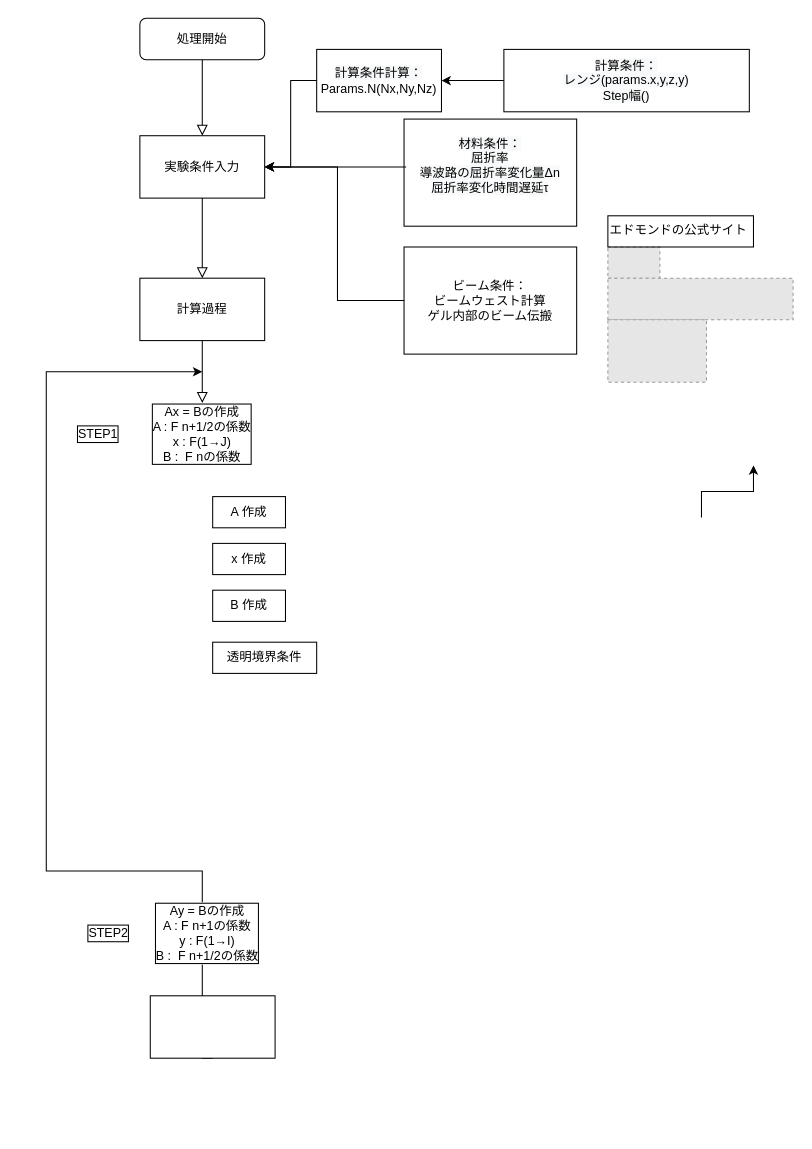
Before: 3D_FD_ADI_BPM.drawio in ktoyoda/3D_BeamPropagateMethod, a draw.io diagram. Source tidied: cells renumbered, new cells numbered last; positions are measured from the earlier drawing's top-left corner, leaving out a move shared by most shapes. Both pictures are drawn from the tidied source at 104%, with x=0, y=0 at pixel (46, 18). Pictures stored in the file or linked from it are replaced by grey dashed boxes.
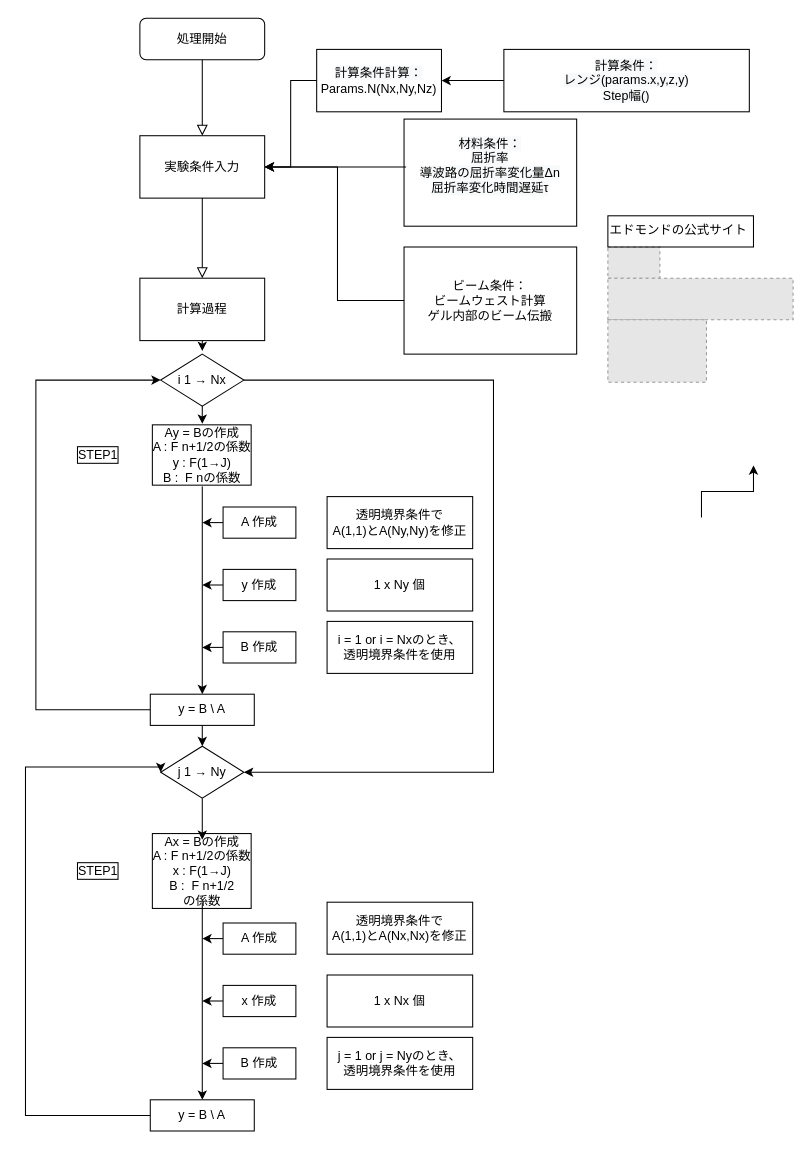
The same diagram, later.

Unchanged cells that the change refers to:
```xml
<mxCell id="14" value="計算過程" style="rounded=0;whiteSpace=wrap;html=1;" parent="1" vertex="1">
  <mxGeometry x="90" y="250" width="120" height="60" as="geometry" />
</mxCell>
```

Change to the diagram source:
```diff
@@
+    <mxCell id="31" style="edgeStyle=orthogonalEdgeStyle;rounded=0;jettySize=auto;html=1;exitX=0.5;exitY=1;exitDx=0;exitDy=0;" parent="1" edge="1" source="14">
+      <mxGeometry relative="1" as="geometry">
+        <mxPoint x="150" y="320" as="targetPoint" />
+      </mxGeometry>
+    </mxCell>
@@
-    <mxCell id="19" style="rounded=0;html=1;jettySize=auto;fontSize=11;endArrow=block;endFill=0;endSize=8;strokeWidth=1;shadow=0;labelBackgroundColor=none;edgeStyle=orthogonalEdgeStyle;exitX=0.5;exitY=1;exitDx=0;exitDy=0;" parent="1" edge="1" source="14">
-      <mxGeometry relative="1" as="geometry">
-        <mxPoint x="150" y="370" as="targetPoint" />
-      </mxGeometry>
-    </mxCell>
+    <mxCell id="32" style="edgeStyle=orthogonalEdgeStyle;rounded=0;jettySize=auto;html=1;exitX=0.5;exitY=1;exitDx=0;exitDy=0;" parent="1" edge="1" source="20" target="39">
+      <mxGeometry relative="1" as="geometry" />
+    </mxCell>
-    <mxCell id="20" value="Ax = Bの作成&lt;br&gt;A : F n+1/2の係数&lt;br&gt;x : F(1→J)&lt;br&gt;B :&amp;nbsp; F nの係数" style="rounded=0;whiteSpace=wrap;html=1;labelBorderColor=#000000;strokeColor=none;" parent="1" vertex="1">
-      <mxGeometry x="100" y="370" width="100" height="60" as="geometry" />
+    <mxCell id="20" value="Ay = Bの作成&lt;br&gt;A : F n+1/2の係数&lt;br&gt;y : F(1→J)&lt;br&gt;B :&amp;nbsp; F nの係数" style="rounded=0;whiteSpace=wrap;html=1;labelBorderColor=#000000;strokeColor=none;" parent="1" vertex="1">
+      <mxGeometry x="100" y="390" width="100" height="60" as="geometry" />
     </mxCell>
     <mxCell id="21" value="STEP1" style="text;html=1;strokeColor=none;fillColor=none;align=center;verticalAlign=middle;whiteSpace=wrap;rounded=0;labelBorderColor=#000000;" parent="1" vertex="1">
-      <mxGeometry x="20" y="385" width="60" height="30" as="geometry" />
+      <mxGeometry x="20" y="405" width="60" height="30" as="geometry" />
     </mxCell>
+    <mxCell id="33" style="edgeStyle=orthogonalEdgeStyle;rounded=0;jettySize=auto;html=1;exitX=0;exitY=0.5;exitDx=0;exitDy=0;" parent="1" edge="1" source="22">
+      <mxGeometry relative="1" as="geometry">
+        <mxPoint x="150" y="484.9" as="targetPoint" />
+      </mxGeometry>
+    </mxCell>
     <mxCell id="22" value="A 作成" style="rounded=0;whiteSpace=wrap;html=1;labelBorderColor=none;strokeColor=default;fillColor=default;" parent="1" vertex="1">
-      <mxGeometry x="160" y="460" width="70" height="30" as="geometry" />
+      <mxGeometry x="170" y="470" width="70" height="30" as="geometry" />
     </mxCell>
-    <mxCell id="23" style="edgeStyle=orthogonalEdgeStyle;rounded=0;jettySize=auto;html=1;exitX=0.5;exitY=1;exitDx=0;exitDy=0;" parent="1" edge="1" source="24">
-      <mxGeometry relative="1" as="geometry">
-        <mxPoint x="150" y="340" as="targetPoint" />
-        <Array as="points">
-          <mxPoint x="150" y="820" />
-          <mxPoint y="820" />
-          <mxPoint y="340" />
-        </Array>
-      </mxGeometry>
-    </mxCell>
-    <mxCell id="24" style="rounded=0;whiteSpace=wrap;html=1;labelBorderColor=#000000;strokeColor=default;" parent="1" vertex="1">
-      <mxGeometry x="100" y="940" width="120" height="60" as="geometry" />
-    </mxCell>
-    <mxCell id="25" value="STEP2" style="text;html=1;strokeColor=none;fillColor=none;align=center;verticalAlign=middle;whiteSpace=wrap;rounded=0;labelBorderColor=#000000;" parent="1" vertex="1">
-      <mxGeometry x="30" y="865" width="60" height="30" as="geometry" />
-    </mxCell>
@@
-    <mxCell id="27" value="Ay = Bの作成&lt;br&gt;A : F n+1の係数&lt;br&gt;y : F(1→I)&lt;br&gt;B :&amp;nbsp; F n+1/2の係数" style="rounded=0;whiteSpace=wrap;html=1;labelBorderColor=#000000;strokeColor=none;" parent="1" vertex="1">
-      <mxGeometry x="100" y="850" width="110" height="60" as="geometry" />
-    </mxCell>
+    <mxCell id="34" style="edgeStyle=orthogonalEdgeStyle;rounded=0;jettySize=auto;html=1;exitX=0;exitY=0.5;exitDx=0;exitDy=0;" parent="1" edge="1" source="28">
+      <mxGeometry relative="1" as="geometry">
+        <mxPoint x="150" y="544.9" as="targetPoint" />
+      </mxGeometry>
+    </mxCell>
-    <mxCell id="28" value="x 作成" style="rounded=0;whiteSpace=wrap;html=1;labelBorderColor=none;strokeColor=default;fillColor=default;" parent="1" vertex="1">
-      <mxGeometry x="160" y="505" width="70" height="30" as="geometry" />
+    <mxCell id="28" value="y 作成" style="rounded=0;whiteSpace=wrap;html=1;labelBorderColor=none;strokeColor=default;fillColor=default;" parent="1" vertex="1">
+      <mxGeometry x="170" y="530" width="70" height="30" as="geometry" />
     </mxCell>
+    <mxCell id="35" style="edgeStyle=orthogonalEdgeStyle;rounded=0;jettySize=auto;html=1;exitX=0;exitY=0.5;exitDx=0;exitDy=0;" parent="1" edge="1" source="29">
+      <mxGeometry relative="1" as="geometry">
+        <mxPoint x="150" y="604.9" as="targetPoint" />
+      </mxGeometry>
+    </mxCell>
     <mxCell id="29" value="B 作成" style="rounded=0;whiteSpace=wrap;html=1;labelBorderColor=none;strokeColor=default;fillColor=default;" parent="1" vertex="1">
-      <mxGeometry x="160" y="550" width="70" height="30" as="geometry" />
+      <mxGeometry x="170" y="590" width="70" height="30" as="geometry" />
     </mxCell>
-    <mxCell id="30" value="透明境界条件" style="rounded=0;whiteSpace=wrap;html=1;labelBorderColor=none;strokeColor=default;fillColor=default;" parent="1" vertex="1">
-      <mxGeometry x="160" y="600" width="100" height="30" as="geometry" />
+    <mxCell id="30" value="透明境界条件で&lt;br&gt;A(1,1)とA(Ny,Ny)を修正" style="rounded=0;whiteSpace=wrap;html=1;labelBorderColor=none;strokeColor=default;fillColor=default;" parent="1" vertex="1">
+      <mxGeometry x="270" y="460" width="140" height="50" as="geometry" />
     </mxCell>
+    <mxCell id="36" value="i = 1 or i = Nxのとき、&lt;br&gt;透明境界条件を使用" style="rounded=0;whiteSpace=wrap;html=1;labelBorderColor=none;strokeColor=default;fillColor=default;" parent="1" vertex="1">
+      <mxGeometry x="270" y="580" width="140" height="50" as="geometry" />
+    </mxCell>
+    <mxCell id="37" style="edgeStyle=orthogonalEdgeStyle;rounded=0;jettySize=auto;html=1;exitX=0;exitY=0.5;exitDx=0;exitDy=0;entryX=0;entryY=0.5;entryDx=0;entryDy=0;" parent="1" edge="1" source="39" target="42">
+      <mxGeometry relative="1" as="geometry">
+        <Array as="points">
+          <mxPoint x="-10" y="665" />
+          <mxPoint x="-10" y="348" />
+        </Array>
+      </mxGeometry>
+    </mxCell>
+    <mxCell id="38" style="edgeStyle=orthogonalEdgeStyle;rounded=0;jettySize=auto;html=1;exitX=0.5;exitY=1;exitDx=0;exitDy=0;entryX=0.5;entryY=0;entryDx=0;entryDy=0;" parent="1" edge="1" source="39" target="44">
+      <mxGeometry relative="1" as="geometry" />
+    </mxCell>
+    <mxCell id="39" value="y = B \ A" style="rounded=0;whiteSpace=wrap;html=1;labelBorderColor=none;strokeColor=default;" parent="1" vertex="1">
+      <mxGeometry x="100" y="650" width="100" height="30" as="geometry" />
+    </mxCell>
+    <mxCell id="40" style="edgeStyle=orthogonalEdgeStyle;rounded=0;jettySize=auto;html=1;exitX=0.5;exitY=1;exitDx=0;exitDy=0;entryX=0.5;entryY=0;entryDx=0;entryDy=0;" parent="1" edge="1" source="42" target="20">
+      <mxGeometry relative="1" as="geometry" />
+    </mxCell>
+    <mxCell id="41" style="edgeStyle=orthogonalEdgeStyle;rounded=0;jettySize=auto;html=1;exitX=1;exitY=0.5;exitDx=0;exitDy=0;entryX=1;entryY=0.5;entryDx=0;entryDy=0;" parent="1" edge="1" source="42" target="44">
+      <mxGeometry relative="1" as="geometry">
+        <Array as="points">
+          <mxPoint x="430" y="348" />
+          <mxPoint x="430" y="725" />
+        </Array>
+      </mxGeometry>
+    </mxCell>
+    <mxCell id="42" value="i 1 → Nx" style="rhombus;whiteSpace=wrap;html=1;labelBorderColor=none;strokeColor=default;" parent="1" vertex="1">
+      <mxGeometry x="110" y="323" width="80" height="50" as="geometry" />
+    </mxCell>
+    <mxCell id="43" style="edgeStyle=orthogonalEdgeStyle;rounded=0;jettySize=auto;html=1;exitX=0.5;exitY=1;exitDx=0;exitDy=0;entryX=0.5;entryY=0;entryDx=0;entryDy=0;" parent="1" edge="1" source="44" target="47">
+      <mxGeometry relative="1" as="geometry" />
+    </mxCell>
+    <mxCell id="44" value="j 1 → Ny" style="rhombus;whiteSpace=wrap;html=1;labelBorderColor=none;strokeColor=default;" parent="1" vertex="1">
+      <mxGeometry x="110" y="700" width="80" height="50" as="geometry" />
+    </mxCell>
+    <mxCell id="45" value="1 x Ny 個" style="rounded=0;whiteSpace=wrap;html=1;labelBorderColor=none;strokeColor=default;fillColor=default;" parent="1" vertex="1">
+      <mxGeometry x="270" y="520" width="140" height="50" as="geometry" />
+    </mxCell>
+    <mxCell id="46" style="edgeStyle=orthogonalEdgeStyle;rounded=0;jettySize=auto;html=1;exitX=0.5;exitY=1;exitDx=0;exitDy=0;entryX=0.5;entryY=0;entryDx=0;entryDy=0;" parent="1" edge="1" source="47" target="59">
+      <mxGeometry relative="1" as="geometry" />
+    </mxCell>
+    <mxCell id="47" value="Ax = Bの作成&lt;br&gt;A : F n+1/2の係数&lt;br&gt;x : F(1→J)&lt;br&gt;B :&amp;nbsp; F n+1/2&lt;br&gt;の係数" style="rounded=0;whiteSpace=wrap;html=1;labelBorderColor=#000000;strokeColor=none;" parent="1" vertex="1">
+      <mxGeometry x="100" y="790" width="100" height="60" as="geometry" />
+    </mxCell>
+    <mxCell id="48" value="STEP1" style="text;html=1;strokeColor=none;fillColor=none;align=center;verticalAlign=middle;whiteSpace=wrap;rounded=0;labelBorderColor=#000000;" parent="1" vertex="1">
+      <mxGeometry x="20" y="805" width="60" height="30" as="geometry" />
+    </mxCell>
+    <mxCell id="49" style="edgeStyle=orthogonalEdgeStyle;rounded=0;jettySize=auto;html=1;exitX=0;exitY=0.5;exitDx=0;exitDy=0;" parent="1" edge="1" source="50">
+      <mxGeometry relative="1" as="geometry">
+        <mxPoint x="150" y="884.9" as="targetPoint" />
+      </mxGeometry>
+    </mxCell>
+    <mxCell id="50" value="A 作成" style="rounded=0;whiteSpace=wrap;html=1;labelBorderColor=none;strokeColor=default;fillColor=default;" parent="1" vertex="1">
+      <mxGeometry x="170" y="870" width="70" height="30" as="geometry" />
+    </mxCell>
+    <mxCell id="51" style="edgeStyle=orthogonalEdgeStyle;rounded=0;jettySize=auto;html=1;exitX=0;exitY=0.5;exitDx=0;exitDy=0;" parent="1" edge="1" source="52">
+      <mxGeometry relative="1" as="geometry">
+        <mxPoint x="150" y="944.9" as="targetPoint" />
+      </mxGeometry>
+    </mxCell>
+    <mxCell id="52" value="x 作成" style="rounded=0;whiteSpace=wrap;html=1;labelBorderColor=none;strokeColor=default;fillColor=default;" parent="1" vertex="1">
+      <mxGeometry x="170" y="930" width="70" height="30" as="geometry" />
+    </mxCell>
+    <mxCell id="53" style="edgeStyle=orthogonalEdgeStyle;rounded=0;jettySize=auto;html=1;exitX=0;exitY=0.5;exitDx=0;exitDy=0;" parent="1" edge="1" source="54">
+      <mxGeometry relative="1" as="geometry">
+        <mxPoint x="150" y="1004.9" as="targetPoint" />
+      </mxGeometry>
+    </mxCell>
+    <mxCell id="54" value="B 作成" style="rounded=0;whiteSpace=wrap;html=1;labelBorderColor=none;strokeColor=default;fillColor=default;" parent="1" vertex="1">
+      <mxGeometry x="170" y="990" width="70" height="30" as="geometry" />
+    </mxCell>
+    <mxCell id="55" value="透明境界条件で&lt;br&gt;A(1,1)とA(Nx,Nx)を修正" style="rounded=0;whiteSpace=wrap;html=1;labelBorderColor=none;strokeColor=default;fillColor=default;" parent="1" vertex="1">
+      <mxGeometry x="270" y="850" width="140" height="50" as="geometry" />
+    </mxCell>
+    <mxCell id="56" value="j = 1 or j = Nyのとき、&lt;br&gt;透明境界条件を使用" style="rounded=0;whiteSpace=wrap;html=1;labelBorderColor=none;strokeColor=default;fillColor=default;" parent="1" vertex="1">
+      <mxGeometry x="270" y="980" width="140" height="50" as="geometry" />
+    </mxCell>
+    <mxCell id="57" value="1 x Nx 個" style="rounded=0;whiteSpace=wrap;html=1;labelBorderColor=none;strokeColor=default;fillColor=default;" parent="1" vertex="1">
+      <mxGeometry x="270" y="920" width="140" height="50" as="geometry" />
+    </mxCell>
+    <mxCell id="58" style="edgeStyle=orthogonalEdgeStyle;rounded=0;jettySize=auto;html=1;exitX=0;exitY=0.5;exitDx=0;exitDy=0;entryX=0;entryY=0.5;entryDx=0;entryDy=0;" parent="1" edge="1" source="59" target="44">
+      <mxGeometry relative="1" as="geometry">
+        <Array as="points">
+          <mxPoint x="-20" y="1055" />
+          <mxPoint x="-20" y="720" />
+          <mxPoint x="110" y="720" />
+        </Array>
+      </mxGeometry>
+    </mxCell>
+    <mxCell id="59" value="y = B \ A" style="rounded=0;whiteSpace=wrap;html=1;labelBorderColor=none;strokeColor=default;" parent="1" vertex="1">
+      <mxGeometry x="100" y="1040" width="100" height="30" as="geometry" />
+    </mxCell>
```
